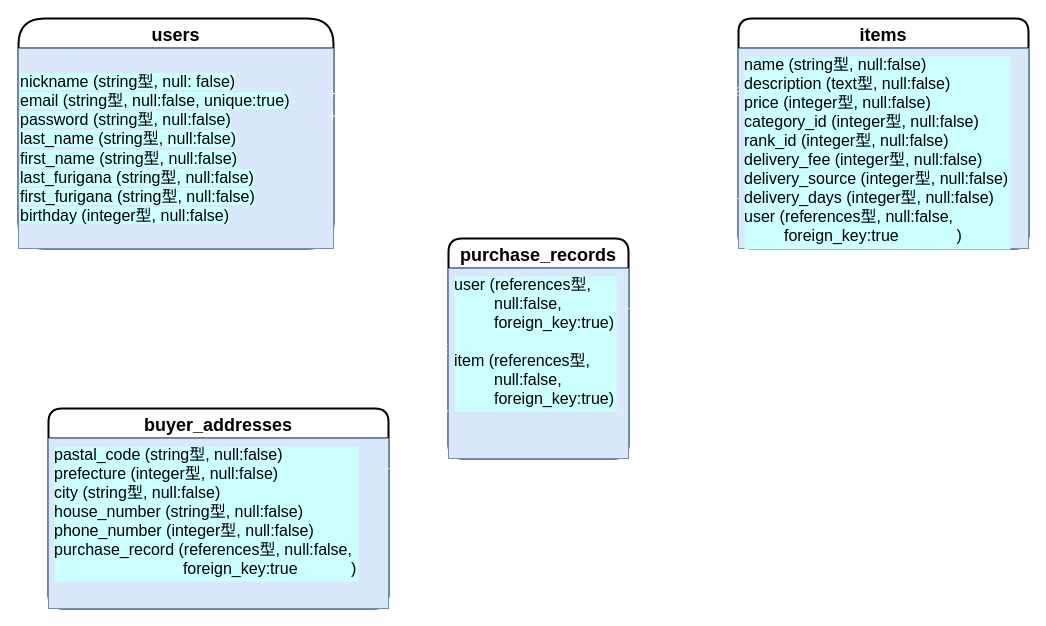
taj1-takum1/furima-32460 keeps this draw.io diagram as er.dio. Above is the earlier version. Source tidied: cells renumbered, new cells numbered last; positions are measured from the earlier drawing's top-left corner, leaving out a move shared by most shapes. Both pictures are drawn from the tidied source at 100%, with x=0, y=0 at pixel (18, 18).
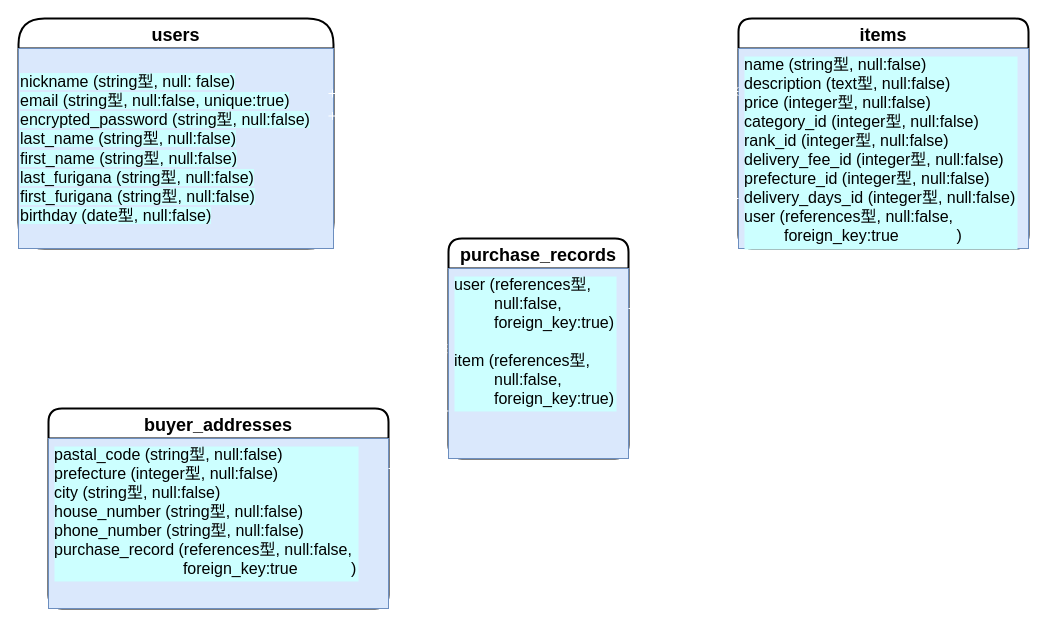
After the change.

Commit message (it also covers changes not shown here):
建物名のカラム追加

The edit, as a diff of the source:
```diff
@@
 <mxGraphModel>
   <root>
     <mxCell id="0" />
     <mxCell id="1" parent="0" />
     <mxCell id="2" value="users" style="swimlane;horizontal=1;startSize=30;rounded=1;fontSize=18;fontStyle=1;strokeWidth=2;shadow=0;dashed=0;align=center;arcSize=29;" parent="1" vertex="1">
       <mxGeometry width="315" height="230" as="geometry" />
     </mxCell>
-    <mxCell id="3" value="&lt;font color=&quot;#000000&quot; style=&quot;background-color: rgb(204 , 255 , 255)&quot;&gt;nickname (string型, null: false)&lt;br&gt;&lt;/font&gt;&lt;div&gt;&lt;font color=&quot;#000000&quot; style=&quot;background-color: rgb(204 , 255 , 255)&quot;&gt;email (string型, null:false, unique:true)&lt;/font&gt;&lt;/div&gt;&lt;div&gt;&lt;font color=&quot;#000000&quot; style=&quot;background-color: rgb(204 , 255 , 255)&quot;&gt;password (string型, null:false)&lt;/font&gt;&lt;/div&gt;&lt;div&gt;&lt;font color=&quot;#000000&quot; style=&quot;background-color: rgb(204 , 255 , 255)&quot;&gt;last_name (string型, null:false)&lt;/font&gt;&lt;/div&gt;&lt;div&gt;&lt;font color=&quot;#000000&quot; style=&quot;background-color: rgb(204 , 255 , 255)&quot;&gt;first_name (string型, null:false)&lt;/font&gt;&lt;/div&gt;&lt;div&gt;&lt;font color=&quot;#000000&quot; style=&quot;background-color: rgb(204 , 255 , 255)&quot;&gt;last_furigana (string型, null:false)&lt;/font&gt;&lt;/div&gt;&lt;div&gt;&lt;font color=&quot;#000000&quot; style=&quot;background-color: rgb(204 , 255 , 255)&quot;&gt;first_furigana (string型, null:false)&lt;/font&gt;&lt;/div&gt;&lt;div&gt;&lt;font color=&quot;#000000&quot; style=&quot;background-color: rgb(204 , 255 , 255)&quot;&gt;birthday (integer型, null:false)&lt;/font&gt;&lt;/div&gt;" style="text;html=1;align=left;verticalAlign=middle;fontSize=16;fillColor=#dae8fc;strokeColor=#6c8ebf;" parent="2" vertex="1">
+    <mxCell id="3" value="&lt;font color=&quot;#000000&quot; style=&quot;background-color: rgb(204 , 255 , 255)&quot;&gt;nickname (string型, null: false)&lt;br&gt;&lt;/font&gt;&lt;div&gt;&lt;font color=&quot;#000000&quot; style=&quot;background-color: rgb(204 , 255 , 255)&quot;&gt;email (string型, null:false, unique:true)&lt;/font&gt;&lt;/div&gt;&lt;div&gt;&lt;font color=&quot;#000000&quot; style=&quot;background-color: rgb(204 , 255 , 255)&quot;&gt;encrypted_password (string型, null:false)&lt;/font&gt;&lt;/div&gt;&lt;div&gt;&lt;font color=&quot;#000000&quot; style=&quot;background-color: rgb(204 , 255 , 255)&quot;&gt;last_name (string型, null:false)&lt;/font&gt;&lt;/div&gt;&lt;div&gt;&lt;font color=&quot;#000000&quot; style=&quot;background-color: rgb(204 , 255 , 255)&quot;&gt;first_name (string型, null:false)&lt;/font&gt;&lt;/div&gt;&lt;div&gt;&lt;font color=&quot;#000000&quot; style=&quot;background-color: rgb(204 , 255 , 255)&quot;&gt;last_furigana (string型, null:false)&lt;/font&gt;&lt;/div&gt;&lt;div&gt;&lt;font color=&quot;#000000&quot; style=&quot;background-color: rgb(204 , 255 , 255)&quot;&gt;first_furigana (string型, null:false)&lt;/font&gt;&lt;/div&gt;&lt;div&gt;&lt;font color=&quot;#000000&quot; style=&quot;background-color: rgb(204 , 255 , 255)&quot;&gt;birthday (date型, null:false)&lt;/font&gt;&lt;/div&gt;" style="text;html=1;align=left;verticalAlign=middle;fontSize=16;fillColor=#dae8fc;strokeColor=#6c8ebf;" parent="2" vertex="1">
       <mxGeometry y="30" width="315" height="200" as="geometry" />
     </mxCell>
     <mxCell id="4" value="items" style="swimlane;horizontal=1;startSize=30;rounded=1;fontSize=18;fontStyle=1;strokeWidth=2;shadow=0;dashed=0;align=center;" parent="1" vertex="1">
       <mxGeometry x="720" width="290" height="230" as="geometry" />
     </mxCell>
-    <mxCell id="5" value="name (string型, null:false)&#10;description (text型, null:false)&#10;price (integer型, null:false)&#10;category_id (integer型, null:false)&#10;rank_id (integer型, null:false)&#10;delivery_fee (integer型, null:false)&#10;delivery_source (integer型, null:false)&#10;delivery_days (integer型, null:false)&#10;user (references型, null:false,&#10;         foreign_key:true             )" style="align=left;strokeColor=#6c8ebf;fillColor=#dae8fc;spacingLeft=4;fontSize=16;verticalAlign=top;fontStyle=0;fontColor=#000000;labelBackgroundColor=#CCFFFF;" parent="4" vertex="1">
+    <mxCell id="5" value="name (string型, null:false)&#10;description (text型, null:false)&#10;price (integer型, null:false)&#10;category_id (integer型, null:false)&#10;rank_id (integer型, null:false)&#10;delivery_fee_id (integer型, null:false)&#10;prefecture_id (integer型, null:false)&#10;delivery_days_id (integer型, null:false)&#10;user (references型, null:false,&#10;         foreign_key:true             )" style="align=left;strokeColor=#6c8ebf;fillColor=#dae8fc;spacingLeft=4;fontSize=16;verticalAlign=top;fontStyle=0;fontColor=#000000;labelBackgroundColor=#CCFFFF;" parent="4" vertex="1">
       <mxGeometry y="30" width="290" height="200" as="geometry" />
     </mxCell>
     <mxCell id="6" value="purchase_records" style="swimlane;horizontal=1;startSize=30;rounded=1;fontSize=18;fontStyle=1;strokeWidth=2;shadow=0;dashed=0;align=center;" parent="1" vertex="1">
       <mxGeometry x="430" y="220" width="180" height="220" as="geometry" />
     </mxCell>
     <mxCell id="7" value="user (references型,&#10;         null:false,&#10;         foreign_key:true)&#10;&#10;item (references型,&#10;         null:false,&#10;         foreign_key:true)" style="align=left;strokeColor=#6c8ebf;fillColor=#dae8fc;spacingLeft=4;fontSize=16;verticalAlign=top;fontColor=#000000;labelBackgroundColor=#CCFFFF;" parent="6" vertex="1">
       <mxGeometry y="30" width="180" height="190" as="geometry" />
     </mxCell>
     <mxCell id="8" value="buyer_addresses" style="swimlane;horizontal=1;startSize=30;rounded=1;fontSize=18;fontStyle=1;strokeWidth=2;shadow=0;dashed=0;align=center;" parent="1" vertex="1">
       <mxGeometry x="30" y="390" width="340" height="200" as="geometry" />
     </mxCell>
-    <mxCell id="9" value="pastal_code (string型, null:false)&#10;prefecture (integer型, null:false)&#10;city (string型, null:false)&#10;house_number (string型, null:false)&#10;phone_number (integer型, null:false)&#10;purchase_record (references型, null:false,&#10;                             foreign_key:true            )" style="align=left;strokeColor=#6c8ebf;fillColor=#dae8fc;spacingLeft=4;fontSize=16;verticalAlign=top;fontColor=#000000;labelBackgroundColor=#CCFFFF;" parent="8" vertex="1">
+    <mxCell id="9" value="pastal_code (string型, null:false)&#10;prefecture (integer型, null:false)&#10;city (string型, null:false)&#10;house_number (string型, null:false)&#10;phone_number (string型, null:false)&#10;purchase_record (references型, null:false,&#10;                             foreign_key:true            )" style="align=left;strokeColor=#6c8ebf;fillColor=#dae8fc;spacingLeft=4;fontSize=16;verticalAlign=top;fontColor=#000000;labelBackgroundColor=#CCFFFF;" parent="8" vertex="1">
       <mxGeometry y="30" width="340" height="170" as="geometry" />
     </mxCell>
     <mxCell id="10" style="edgeStyle=entityRelationEdgeStyle;fontSize=12;html=1;endArrow=ERoneToMany;startArrow=ERmandOne;exitX=1;exitY=0.5;exitDx=0;exitDy=0;entryX=0;entryY=0.215;entryDx=0;entryDy=0;entryPerimeter=0;strokeWidth=1;jumpSize=6;fillColor=#f5f5f5;strokeColor=#FFFFFF;" parent="1" edge="1" target="5">
       <mxGeometry relative="1" as="geometry">
         <mxPoint x="310" y="75" as="sourcePoint" />
       </mxGeometry>
     </mxCell>
     <mxCell id="11" style="edgeStyle=entityRelationEdgeStyle;fontSize=12;html=1;endArrow=ERoneToMany;startArrow=ERmandOne;exitX=1;exitY=0.75;exitDx=0;exitDy=0;entryX=-0.006;entryY=0.422;entryDx=0;entryDy=0;entryPerimeter=0;fillColor=#f5f5f5;strokeColor=#FFFFFF;" parent="1" edge="1" target="7">
       <mxGeometry relative="1" as="geometry">
         <mxPoint x="310" y="97.5" as="sourcePoint" />
       </mxGeometry>
     </mxCell>
     <mxCell id="12" style="edgeStyle=entityRelationEdgeStyle;fontSize=12;html=1;endArrow=ERmandOne;startArrow=ERmandOne;entryX=0;entryY=0.75;entryDx=0;entryDy=0;fillColor=#f5f5f5;strokeColor=#FFFFFF;" parent="1" edge="1" target="5">
       <mxGeometry relative="1" as="geometry">
         <mxPoint x="610" y="290" as="sourcePoint" />
       </mxGeometry>
     </mxCell>
     <mxCell id="13" style="edgeStyle=entityRelationEdgeStyle;fontSize=12;html=1;endArrow=ERmandOne;startArrow=ERmandOne;entryX=0;entryY=0.75;entryDx=0;entryDy=0;fillColor=#f5f5f5;strokeColor=#FFFFFF;" parent="1" edge="1" target="7">
       <mxGeometry relative="1" as="geometry">
         <mxPoint x="370" y="450" as="sourcePoint" />
       </mxGeometry>
     </mxCell>
   </root>
 </mxGraphModel>
```
